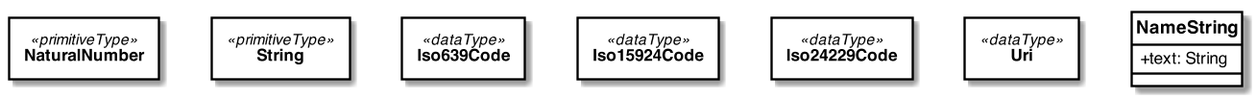
This is sources/images/data-types.png from CalConnect/cc-name-models, a PlantUML export, as it was before one commit. The source it was exported from:
```plantuml
@startuml


skinparam Dpi 150
skinparam Monochrome false
skinparam LineType ortho
hide circle
skinparam Default {
  TextAlignment center
  FontName Helvetica
}
skinparam Class {
  AttributeIconSize 0
  BackgroundColor White
  ArrowColor Black
  BorderColor Black
  FontStyle bold
  StereotypeFontSize 10
}
skinparam Rectangle {
  BackgroundColor White
  ArrowColor Black
  BorderColor Black
  FontStyle bold
  FontSize 11
  StereotypeFontSize 10
}
skinparam Object {
  BackgroundColor White
  ArrowColor Black
  BorderColor Black
  FontStyle bold
  FontSize 11
  StereotypeFontSize 10
}

skinparam Entity {
  StereotypeFontSize 10
}





rectangle NaturalNumber <<primitiveType>> {
}
rectangle String <<primitiveType>> {
}
rectangle Iso639Code <<dataType>> {
}
rectangle Iso15924Code <<dataType>> {
}
rectangle Iso24229Code <<dataType>> {
}
rectangle Uri <<dataType>> {
}

class NameString {
  +text: String
}

@enduml
```
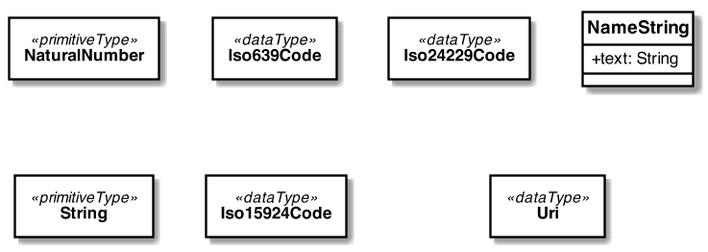
Above is the later version.

What changed in the source:
```diff
@@ -59,4 +59,11 @@
   +text: String
 }
 
+NaturalNumber -[hidden]- String
+Iso639Code    -[hidden]- String
+Iso639Code    -[hidden]- Iso15924Code
+
+Iso24229Code  -[hidden]- Uri
+NameString    -[hidden]- Uri
+
 @enduml
```
